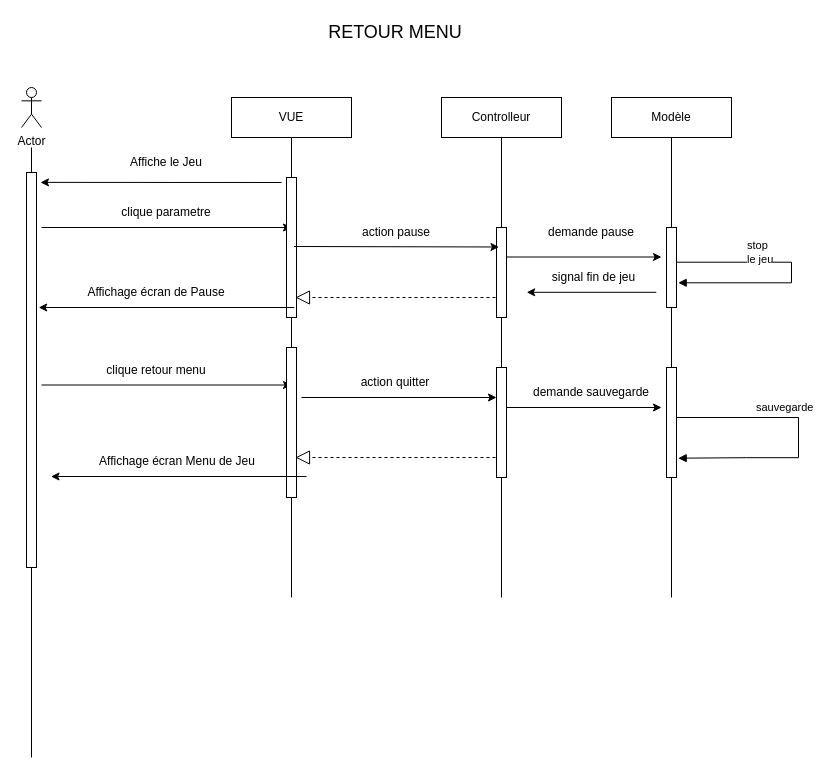
BMaurice56/Tamagotchi keeps this draw.io diagram as page "Page-2" (2 of 3) of DiagrammeSequence.drawio. Above is the earlier version. Source tidied: cells renumbered, new cells numbered last; positions are measured from the earlier drawing's top-left corner, leaving out a move shared by most shapes. Both pictures are drawn from the tidied source at 100%, with x=0, y=0 at pixel (21, 17).
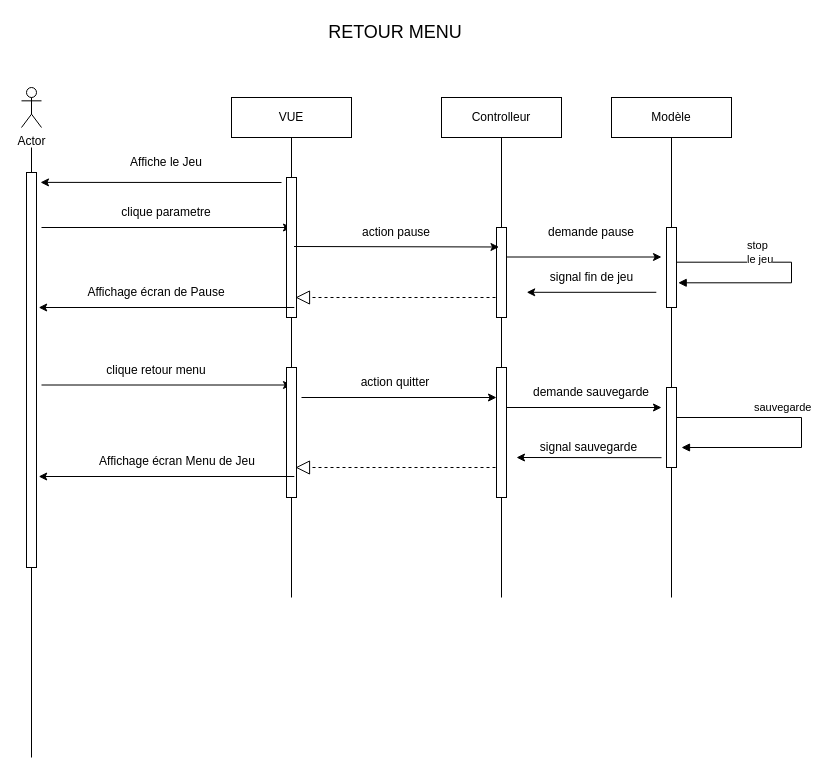
After the change.

Change to the diagram source:
```diff
@@
     <mxCell id="28" style="rounded=0;whiteSpace=wrap;html=1;" parent="1" vertex="1">
-      <mxGeometry x="265" y="330" width="10" height="150" as="geometry" />
+      <mxGeometry x="265" y="350" width="10" height="130" as="geometry" />
     </mxCell>
@@
     <mxCell id="30" style="rounded=0;whiteSpace=wrap;html=1;" parent="1" vertex="1">
-      <mxGeometry x="475" y="350" width="10" height="110" as="geometry" />
+      <mxGeometry x="475" y="350" width="10" height="130" as="geometry" />
     </mxCell>
@@
     <mxCell id="33" style="endArrow=block;dashed=1;endFill=0;endSize=12;html=1;rounded=0;" parent="1" edge="1">
       <mxGeometry relative="1" as="geometry">
-        <mxPoint x="474" y="440" as="sourcePoint" />
-        <mxPoint x="274" y="440" as="targetPoint" />
+        <mxPoint x="474" y="450" as="sourcePoint" />
+        <mxPoint x="274" y="450" as="targetPoint" />
       </mxGeometry>
     </mxCell>
@@
     <mxCell id="35" style="endArrow=classic;html=1;rounded=0;" parent="1" edge="1">
       <mxGeometry relative="1" as="geometry">
-        <mxPoint x="285" y="459" as="sourcePoint" />
-        <mxPoint x="29.5" y="459" as="targetPoint" />
+        <mxPoint x="272.8" y="459" as="sourcePoint" />
+        <mxPoint x="17.2" y="459" as="targetPoint" />
       </mxGeometry>
     </mxCell>
@@
     <mxCell id="41" style="rounded=0;whiteSpace=wrap;html=1;" parent="1" vertex="1">
-      <mxGeometry x="645" y="350" width="10" height="110" as="geometry" />
+      <mxGeometry x="645" y="370" width="10" height="80" as="geometry" />
     </mxCell>
-    <mxCell id="42" value="sauvegarde" style="html=1;align=left;spacingLeft=2;endArrow=block;rounded=0;edgeStyle=orthogonalEdgeStyle;curved=0;rounded=0;entryX=1.1;entryY=0.876;entryDx=0;entryDy=0;entryPerimeter=0;exitX=0.933;exitY=0.295;exitDx=0;exitDy=0;exitPerimeter=0;" parent="1" edge="1">
+    <mxCell id="42" value="sauvegarde" style="html=1;align=left;spacingLeft=2;endArrow=block;rounded=0;edgeStyle=orthogonalEdgeStyle;curved=0;rounded=0;exitX=0.933;exitY=0.295;exitDx=0;exitDy=0;exitPerimeter=0;" parent="1" edge="1">
       <mxGeometry x="-0.46" y="10" relative="1" as="geometry">
         <mxPoint x="655" y="400" as="sourcePoint" />
-        <mxPoint x="656.7" y="440.7" as="targetPoint" />
+        <mxPoint x="660" y="430" as="targetPoint" />
         <Array as="points">
-          <mxPoint x="777" y="400.2" />
-          <mxPoint x="777" y="440.2" />
-          <mxPoint x="725" y="440.2" />
+          <mxPoint x="780" y="400" />
+          <mxPoint x="780" y="430" />
         </Array>
       </mxGeometry>
     </mxCell>
@@
     <mxCell id="47" value="signal fin de jeu" style="text;html=1;strokeColor=none;fillColor=none;align=center;verticalAlign=middle;whiteSpace=wrap;rounded=0;" parent="1" vertex="1">
-      <mxGeometry x="500" y="250" width="145" height="20" as="geometry" />
+      <mxGeometry x="497.5" y="250" width="145" height="20" as="geometry" />
     </mxCell>
@@
+    <mxCell id="50" value="signal sauvegarde" style="text;html=1;strokeColor=none;fillColor=none;align=center;verticalAlign=middle;whiteSpace=wrap;rounded=0;" parent="1" vertex="1">
+      <mxGeometry x="495" y="420" width="145" height="20" as="geometry" />
+    </mxCell>
+    <mxCell id="51" style="endArrow=classic;html=1;rounded=0;" parent="1" edge="1">
+      <mxGeometry relative="1" as="geometry">
+        <mxPoint x="640" y="440.2" as="sourcePoint" />
+        <mxPoint x="495" y="440" as="targetPoint" />
+      </mxGeometry>
+    </mxCell>
```
